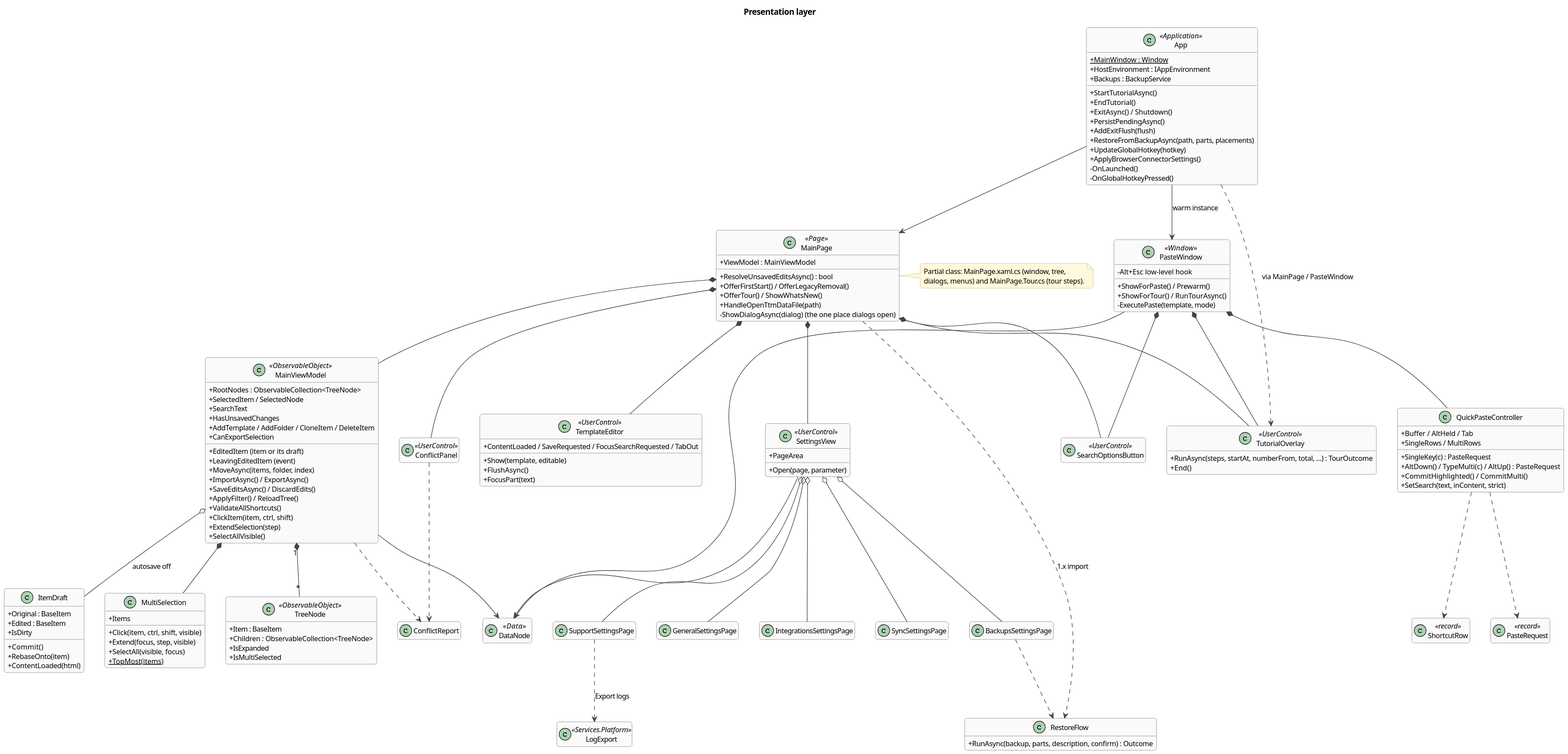
Earlier version of the PlantUML export docs/architecture/diagrams/class-ui.svg (halatsWol/TextTemplateManager-v2).
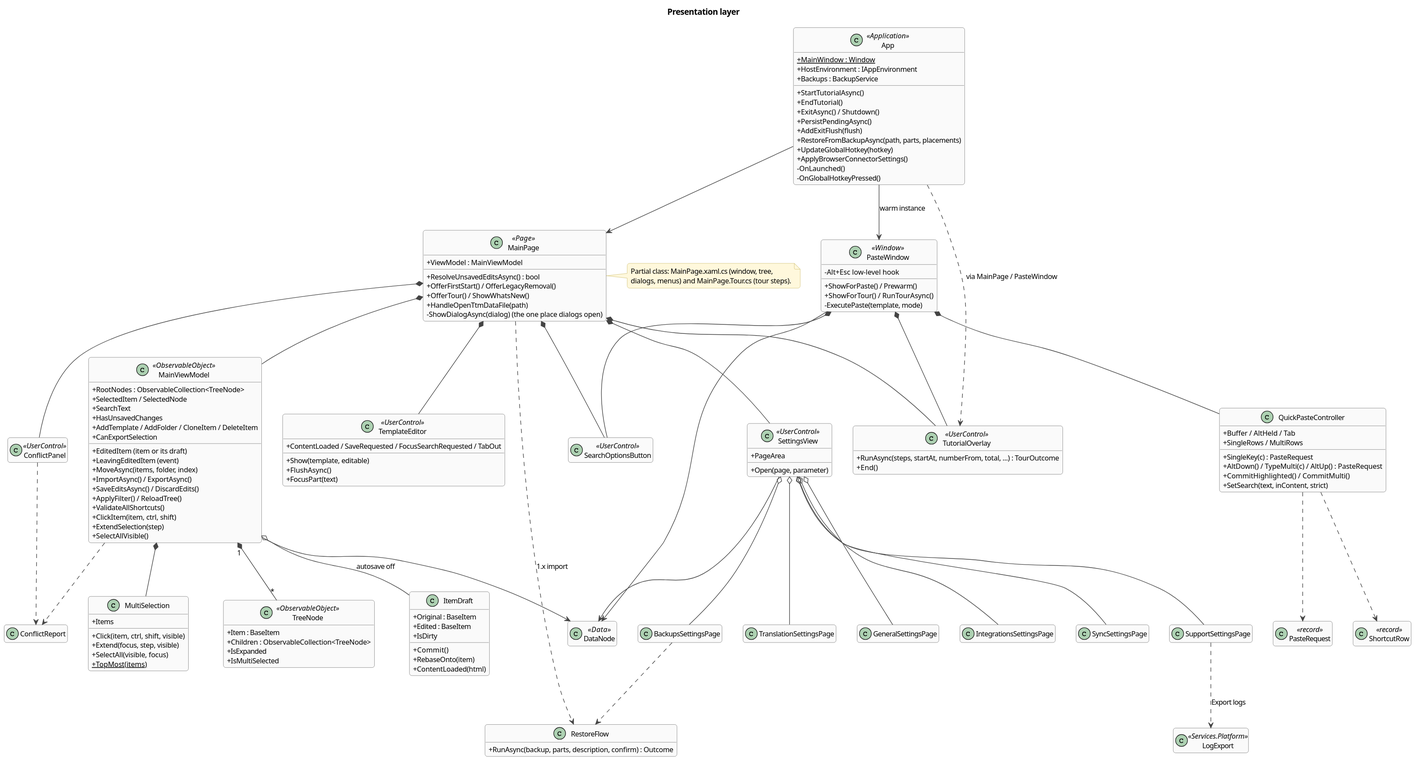
The same file after the commit.

Diff of the diagram source:
```diff
@@ -86,6 +86,7 @@
 class IntegrationsSettingsPage
 class SyncSettingsPage
 class BackupsSettingsPage
+class TranslationSettingsPage
 class SupportSettingsPage
 class RestoreFlow {
   +RunAsync(backup, parts, description, confirm) : Outcome
@@ -131,6 +132,7 @@
 SettingsView o-- IntegrationsSettingsPage
 SettingsView o-- SyncSettingsPage
 SettingsView o-- BackupsSettingsPage
+SettingsView o-- TranslationSettingsPage
 SettingsView o-- SupportSettingsPage
 BackupsSettingsPage ..> RestoreFlow
 MainPage ..> RestoreFlow : 1.x import
```
